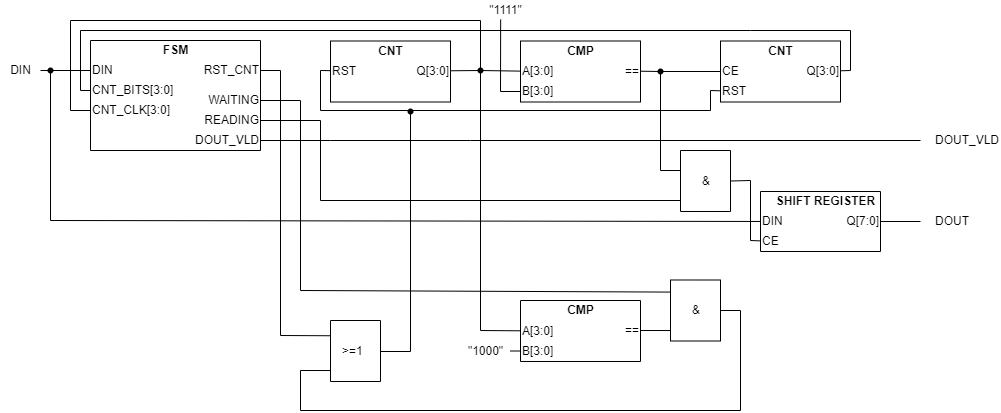
Above: zprava/schema.png in JosefKuchar/inc-project (draw.io), before the change. Source tidied: cells renumbered, new cells last; positions are measured from the earlier drawing's top-left corner, leaving out a move shared by most shapes. Source of this version:
```xml
<mxGraphModel>
  <root>
    <mxCell id="0" />
    <mxCell id="1" parent="0" />
    <mxCell id="2" style="swimlane;startSize=0;" parent="1" vertex="1">
      <mxGeometry x="90" y="40" width="170" height="110" as="geometry" />
    </mxCell>
    <mxCell id="3" value="FSM" style="text;html=1;align=center;verticalAlign=middle;strokeColor=none;fillColor=none;fontStyle=1;" parent="2" vertex="1">
      <mxGeometry x="65" width="40" height="20" as="geometry" />
    </mxCell>
    <mxCell id="4" value="DIN" style="text;html=1;align=left;verticalAlign=middle;points=[];strokeColor=none;fillColor=none;" parent="2" vertex="1">
      <mxGeometry y="20" width="40" height="20" as="geometry" />
    </mxCell>
    <mxCell id="5" value="CNT_BITS[3:0]" style="text;html=1;align=left;verticalAlign=middle;points=[];strokeColor=none;fillColor=none;" parent="2" vertex="1">
      <mxGeometry y="40" width="100" height="20" as="geometry" />
    </mxCell>
    <mxCell id="6" value="DOUT_VLD" style="text;html=1;align=right;verticalAlign=middle;points=[];strokeColor=none;fillColor=none;" parent="2" vertex="1">
      <mxGeometry x="90" y="90" width="80" height="20" as="geometry" />
    </mxCell>
    <mxCell id="7" value="RST_CNT" style="text;html=1;align=right;verticalAlign=middle;points=[];strokeColor=none;fillColor=none;" parent="2" vertex="1">
      <mxGeometry x="100" y="20" width="70" height="20" as="geometry" />
    </mxCell>
    <mxCell id="8" value="CNT_CLK[3:0]" style="text;html=1;align=left;verticalAlign=middle;points=[];strokeColor=none;fillColor=none;" parent="2" vertex="1">
      <mxGeometry y="60" width="90" height="20" as="geometry" />
    </mxCell>
    <mxCell id="9" value="READING" style="text;html=1;align=right;verticalAlign=middle;points=[];strokeColor=none;fillColor=none;" parent="2" vertex="1">
      <mxGeometry x="100" y="70" width="70" height="20" as="geometry" />
    </mxCell>
    <mxCell id="10" value="WAITING" style="text;html=1;align=right;verticalAlign=middle;points=[];strokeColor=none;fillColor=none;" parent="2" vertex="1">
      <mxGeometry x="100" y="50" width="70" height="20" as="geometry" />
    </mxCell>
    <mxCell id="11" style="endArrow=none;html=1;rounded=0;" parent="1" edge="1" source="17" target="4">
      <mxGeometry relative="1" as="geometry" />
    </mxCell>
    <mxCell id="12" style="swimlane;startSize=0;" parent="1" vertex="1">
      <mxGeometry x="760" y="191" width="120" height="60" as="geometry" />
    </mxCell>
    <mxCell id="13" value="DIN" style="text;html=1;align=left;verticalAlign=middle;points=[];strokeColor=none;fillColor=none;" parent="12" vertex="1">
      <mxGeometry y="20" width="40" height="20" as="geometry" />
    </mxCell>
    <mxCell id="14" value="CE" style="text;html=1;align=left;verticalAlign=middle;points=[];strokeColor=none;fillColor=none;" parent="12" vertex="1">
      <mxGeometry y="40" width="30" height="20" as="geometry" />
    </mxCell>
    <mxCell id="15" value="Q[7:0]" style="text;html=1;align=right;verticalAlign=middle;points=[];strokeColor=none;fillColor=none;" parent="12" vertex="1">
      <mxGeometry x="70" y="20" width="50" height="20" as="geometry" />
    </mxCell>
    <mxCell id="16" value="SHIFT REGISTER" style="text;html=1;align=center;verticalAlign=middle;strokeColor=none;fillColor=none;fontStyle=1;" parent="12" vertex="1">
      <mxGeometry x="10" width="110" height="20" as="geometry" />
    </mxCell>
    <mxCell id="17" value="DIN" style="text;html=1;align=center;verticalAlign=middle;points=[];strokeColor=none;fillColor=none;" parent="1" vertex="1">
      <mxGeometry y="60" width="40" height="20" as="geometry" />
    </mxCell>
    <mxCell id="18" style="swimlane;startSize=0;" parent="1" vertex="1">
      <mxGeometry x="330" y="40.5" width="120" height="61" as="geometry" />
    </mxCell>
    <mxCell id="19" value="CNT" style="text;html=1;align=center;verticalAlign=middle;strokeColor=none;fillColor=none;fontStyle=1;" parent="18" vertex="1">
      <mxGeometry x="40" width="40" height="20" as="geometry" />
    </mxCell>
    <mxCell id="20" value="RST" style="text;html=1;align=left;verticalAlign=middle;points=[];strokeColor=none;fillColor=none;" parent="18" vertex="1">
      <mxGeometry y="20" width="40" height="20" as="geometry" />
    </mxCell>
    <mxCell id="21" value="Q[3:0]" style="text;html=1;align=right;verticalAlign=middle;points=[];strokeColor=none;fillColor=none;" parent="18" vertex="1">
      <mxGeometry x="70" y="20" width="50" height="20" as="geometry" />
    </mxCell>
    <mxCell id="22" style="swimlane;startSize=0;" parent="1" vertex="1">
      <mxGeometry x="720" y="40.5" width="120" height="61" as="geometry" />
    </mxCell>
    <mxCell id="23" value="CNT" style="text;html=1;align=center;verticalAlign=middle;strokeColor=none;fillColor=none;fontStyle=1;" parent="22" vertex="1">
      <mxGeometry x="40" y="0.5" width="40" height="20" as="geometry" />
    </mxCell>
    <mxCell id="24" value="CE" style="text;html=1;align=left;verticalAlign=middle;points=[];strokeColor=none;fillColor=none;" parent="22" vertex="1">
      <mxGeometry y="20.5" width="30" height="20" as="geometry" />
    </mxCell>
    <mxCell id="25" value="RST" style="text;html=1;align=left;verticalAlign=middle;points=[];strokeColor=none;fillColor=none;" parent="22" vertex="1">
      <mxGeometry y="40.5" width="40" height="20" as="geometry" />
    </mxCell>
    <mxCell id="26" value="Q[3:0]" style="text;html=1;align=right;verticalAlign=middle;points=[];strokeColor=none;fillColor=none;" parent="22" vertex="1">
      <mxGeometry x="70" y="20.5" width="50" height="20" as="geometry" />
    </mxCell>
    <mxCell id="27" style="swimlane;startSize=0;" parent="1" vertex="1">
      <mxGeometry x="520" y="40.5" width="120" height="61" as="geometry" />
    </mxCell>
    <mxCell id="28" value="CMP" style="text;html=1;align=center;verticalAlign=middle;strokeColor=none;fillColor=none;fontStyle=1;" parent="27" vertex="1">
      <mxGeometry x="40" width="40" height="20" as="geometry" />
    </mxCell>
    <mxCell id="29" value="A[3:0]" style="text;html=1;align=left;verticalAlign=middle;points=[];strokeColor=none;fillColor=none;" parent="27" vertex="1">
      <mxGeometry y="20.5" width="50" height="20" as="geometry" />
    </mxCell>
    <mxCell id="30" value="B[3:0]" style="text;html=1;align=left;verticalAlign=middle;points=[];strokeColor=none;fillColor=none;" parent="27" vertex="1">
      <mxGeometry y="40.5" width="50" height="20" as="geometry" />
    </mxCell>
    <mxCell id="31" value="==" style="text;html=1;align=right;verticalAlign=middle;points=[];strokeColor=none;fillColor=none;" parent="27" vertex="1">
      <mxGeometry x="90" y="20" width="30" height="20" as="geometry" />
    </mxCell>
    <mxCell id="32" style="endArrow=none;html=1;rounded=0;startArrow=none;" parent="1" edge="1" source="47" target="29">
      <mxGeometry relative="1" as="geometry" />
    </mxCell>
    <mxCell id="33" style="endArrow=none;html=1;rounded=0;startArrow=none;" parent="1" edge="1" source="42" target="24">
      <mxGeometry relative="1" as="geometry" />
    </mxCell>
    <mxCell id="34" style="endArrow=none;html=1;rounded=0;" parent="1" edge="1" source="5" target="26">
      <mxGeometry relative="1" as="geometry">
        <Array as="points">
          <mxPoint x="80" y="90" />
          <mxPoint x="80" y="30" />
          <mxPoint x="750" y="30" />
          <mxPoint x="850" y="30" />
          <mxPoint x="850" y="70" />
        </Array>
      </mxGeometry>
    </mxCell>
    <mxCell id="35" value="DOUT_VLD" style="text;html=1;align=right;verticalAlign=middle;points=[];strokeColor=none;fillColor=none;" parent="1" vertex="1">
      <mxGeometry x="920" y="130" width="80" height="20" as="geometry" />
    </mxCell>
    <mxCell id="36" style="endArrow=none;html=1;rounded=0;" parent="1" edge="1" source="6" target="35">
      <mxGeometry relative="1" as="geometry">
        <Array as="points">
          <mxPoint x="330" y="140" />
          <mxPoint x="470" y="140" />
        </Array>
      </mxGeometry>
    </mxCell>
    <mxCell id="37" value="DOUT" style="text;html=1;align=right;verticalAlign=middle;points=[];strokeColor=none;fillColor=none;" parent="1" vertex="1">
      <mxGeometry x="920" y="211" width="50" height="20" as="geometry" />
    </mxCell>
    <mxCell id="38" style="endArrow=none;html=1;rounded=0;" parent="1" edge="1" source="15" target="37">
      <mxGeometry relative="1" as="geometry" />
    </mxCell>
    <mxCell id="39" style="endArrow=none;html=1;rounded=0;startArrow=none;" parent="1" edge="1" target="13">
      <mxGeometry relative="1" as="geometry">
        <mxPoint x="50" y="70" as="sourcePoint" />
        <Array as="points">
          <mxPoint x="50" y="220" />
        </Array>
      </mxGeometry>
    </mxCell>
    <mxCell id="40" style="shape=waypoint;sketch=0;fillStyle=solid;size=6;fillColor=none;perimeter=centerPerimeter;" parent="1" vertex="1">
      <mxGeometry x="30" y="50" width="40" height="40" as="geometry" />
    </mxCell>
    <mxCell id="41" style="endArrow=none;html=1;rounded=0;exitX=0;exitY=0.328;exitDx=0;exitDy=0;exitPerimeter=0;" parent="1" edge="1" source="69">
      <mxGeometry relative="1" as="geometry">
        <mxPoint x="660" y="70.5" as="targetPoint" />
        <Array as="points">
          <mxPoint x="660" y="170" />
        </Array>
      </mxGeometry>
    </mxCell>
    <mxCell id="42" style="shape=waypoint;sketch=0;fillStyle=solid;size=6;points=[];fillColor=none;perimeter=centerPerimeter;snapToPoint=1;" parent="1" vertex="1">
      <mxGeometry x="640" y="51" width="40" height="40" as="geometry" />
    </mxCell>
    <mxCell id="43" style="endArrow=none;html=1;rounded=0;" parent="1" edge="1" source="31" target="42">
      <mxGeometry relative="1" as="geometry" />
    </mxCell>
    <mxCell id="44" value="&quot;1111&quot;" style="text;html=1;align=center;verticalAlign=middle;points=[];strokeColor=none;fillColor=none;" parent="1" vertex="1">
      <mxGeometry x="480" width="50" height="20" as="geometry" />
    </mxCell>
    <mxCell id="45" style="endArrow=none;html=1;rounded=0;exitX=0.403;exitY=0.95;exitDx=0;exitDy=0;exitPerimeter=0;" parent="1" edge="1" source="44" target="30">
      <mxGeometry relative="1" as="geometry">
        <Array as="points">
          <mxPoint x="500" y="91" />
        </Array>
      </mxGeometry>
    </mxCell>
    <mxCell id="46" style="endArrow=none;html=1;rounded=0;" parent="1" edge="1" target="8">
      <mxGeometry relative="1" as="geometry">
        <mxPoint x="480" y="70" as="sourcePoint" />
        <Array as="points">
          <mxPoint x="480" y="20" />
          <mxPoint x="70" y="20" />
          <mxPoint x="70" y="110" />
        </Array>
      </mxGeometry>
    </mxCell>
    <mxCell id="47" style="shape=waypoint;sketch=0;fillStyle=solid;size=6;points=[];fillColor=none;perimeter=centerPerimeter;snapToPoint=1;" parent="1" vertex="1">
      <mxGeometry x="460" y="50" width="40" height="40" as="geometry" />
    </mxCell>
    <mxCell id="48" style="endArrow=none;html=1;rounded=0;" parent="1" edge="1" source="21" target="47">
      <mxGeometry relative="1" as="geometry" />
    </mxCell>
    <mxCell id="49" style="endArrow=none;html=1;rounded=0;startArrow=none;" parent="1" edge="1" target="20">
      <mxGeometry relative="1" as="geometry">
        <mxPoint x="320" y="70" as="sourcePoint" />
      </mxGeometry>
    </mxCell>
    <mxCell id="50" style="endArrow=none;html=1;rounded=0;" parent="1" edge="1" source="25">
      <mxGeometry relative="1" as="geometry">
        <mxPoint x="320" y="70" as="targetPoint" />
        <Array as="points">
          <mxPoint x="710" y="90" />
          <mxPoint x="710" y="110" />
          <mxPoint x="320" y="110" />
        </Array>
      </mxGeometry>
    </mxCell>
    <mxCell id="51" style="swimlane;startSize=0;" parent="1" vertex="1">
      <mxGeometry x="520" y="300" width="120" height="61" as="geometry" />
    </mxCell>
    <mxCell id="52" value="CMP" style="text;html=1;align=center;verticalAlign=middle;strokeColor=none;fillColor=none;fontStyle=1;" parent="51" vertex="1">
      <mxGeometry x="40" width="40" height="20" as="geometry" />
    </mxCell>
    <mxCell id="53" value="A[3:0]" style="text;html=1;align=left;verticalAlign=middle;points=[];strokeColor=none;fillColor=none;" parent="51" vertex="1">
      <mxGeometry y="20.5" width="50" height="20" as="geometry" />
    </mxCell>
    <mxCell id="54" value="B[3:0]" style="text;html=1;align=left;verticalAlign=middle;points=[];strokeColor=none;fillColor=none;" parent="51" vertex="1">
      <mxGeometry y="40.5" width="50" height="20" as="geometry" />
    </mxCell>
    <mxCell id="55" value="==" style="text;html=1;align=right;verticalAlign=middle;points=[];strokeColor=none;fillColor=none;" parent="51" vertex="1">
      <mxGeometry x="90" y="20" width="30" height="20" as="geometry" />
    </mxCell>
    <mxCell id="56" value="&quot;1000&quot;" style="text;html=1;align=center;verticalAlign=middle;points=[];strokeColor=none;fillColor=none;" parent="1" vertex="1">
      <mxGeometry x="460" y="340.5" width="50" height="20" as="geometry" />
    </mxCell>
    <mxCell id="57" style="endArrow=none;html=1;rounded=0;" parent="1" edge="1" source="56" target="54">
      <mxGeometry relative="1" as="geometry" />
    </mxCell>
    <mxCell id="58" style="endArrow=none;html=1;rounded=0;entryX=0.604;entryY=0.511;entryDx=0;entryDy=0;entryPerimeter=0;" parent="1" edge="1" source="53" target="47">
      <mxGeometry relative="1" as="geometry">
        <Array as="points">
          <mxPoint x="480" y="330" />
        </Array>
      </mxGeometry>
    </mxCell>
    <mxCell id="59" style="swimlane;startSize=0;" parent="1" vertex="1">
      <mxGeometry x="670" y="279.5" width="50" height="61" as="geometry" />
    </mxCell>
    <mxCell id="60" value="&amp;amp;" style="text;html=1;align=left;verticalAlign=middle;strokeColor=none;fillColor=none;" parent="59" vertex="1">
      <mxGeometry x="20" y="20.5" width="20" height="20" as="geometry" />
    </mxCell>
    <mxCell id="61" style="endArrow=none;html=1;rounded=0;entryX=0;entryY=0.828;entryDx=0;entryDy=0;entryPerimeter=0;" parent="1" edge="1" source="55" target="59">
      <mxGeometry relative="1" as="geometry" />
    </mxCell>
    <mxCell id="62" style="endArrow=none;html=1;rounded=0;exitX=0.009;exitY=0.198;exitDx=0;exitDy=0;exitPerimeter=0;" parent="1" edge="1" source="59" target="10">
      <mxGeometry relative="1" as="geometry">
        <Array as="points">
          <mxPoint x="300" y="290" />
          <mxPoint x="300" y="100" />
        </Array>
      </mxGeometry>
    </mxCell>
    <mxCell id="63" style="swimlane;startSize=0;" parent="1" vertex="1">
      <mxGeometry x="330" y="320" width="50" height="61" as="geometry" />
    </mxCell>
    <mxCell id="64" value="&amp;gt;=1" style="text;html=1;align=left;verticalAlign=middle;points=[];strokeColor=none;fillColor=none;" parent="63" vertex="1">
      <mxGeometry x="10" y="21" width="40" height="20" as="geometry" />
    </mxCell>
    <mxCell id="65" style="endArrow=none;html=1;rounded=0;exitX=0;exitY=0.25;exitDx=0;exitDy=0;" parent="1" edge="1" source="63" target="7">
      <mxGeometry relative="1" as="geometry">
        <Array as="points">
          <mxPoint x="280" y="335" />
          <mxPoint x="280" y="70" />
        </Array>
      </mxGeometry>
    </mxCell>
    <mxCell id="66" style="endArrow=none;html=1;rounded=0;entryX=1;entryY=0.5;entryDx=0;entryDy=0;exitX=0;exitY=0.82;exitDx=0;exitDy=0;exitPerimeter=0;" parent="1" edge="1" source="63" target="59">
      <mxGeometry relative="1" as="geometry">
        <Array as="points">
          <mxPoint x="300" y="370" />
          <mxPoint x="300" y="410" />
          <mxPoint x="740" y="410" />
          <mxPoint x="740" y="310" />
        </Array>
      </mxGeometry>
    </mxCell>
    <mxCell id="67" style="endArrow=none;html=1;rounded=0;" parent="1" edge="1" source="64">
      <mxGeometry relative="1" as="geometry">
        <mxPoint x="410" y="110" as="targetPoint" />
        <Array as="points">
          <mxPoint x="410" y="351" />
        </Array>
      </mxGeometry>
    </mxCell>
    <mxCell id="68" style="shape=waypoint;sketch=0;fillStyle=solid;size=6;fillColor=none;perimeter=centerPerimeter;" parent="1" vertex="1">
      <mxGeometry x="390" y="91" width="40" height="40" as="geometry" />
    </mxCell>
    <mxCell id="69" style="swimlane;startSize=0;" parent="1" vertex="1">
      <mxGeometry x="680" y="150" width="50" height="61" as="geometry" />
    </mxCell>
    <mxCell id="70" value="&amp;amp;" style="text;html=1;align=left;verticalAlign=middle;strokeColor=none;fillColor=none;" parent="69" vertex="1">
      <mxGeometry x="20" y="20.5" width="20" height="20" as="geometry" />
    </mxCell>
    <mxCell id="71" style="endArrow=none;html=1;rounded=0;entryX=1;entryY=0.5;entryDx=0;entryDy=0;" parent="1" edge="1" source="14" target="69">
      <mxGeometry relative="1" as="geometry">
        <Array as="points">
          <mxPoint x="750" y="240" />
          <mxPoint x="750" y="180" />
        </Array>
      </mxGeometry>
    </mxCell>
    <mxCell id="72" style="endArrow=none;html=1;rounded=0;startArrow=none;" parent="1" edge="1">
      <mxGeometry relative="1" as="geometry">
        <mxPoint x="320" y="200" as="sourcePoint" />
        <mxPoint x="680" y="200" as="targetPoint" />
      </mxGeometry>
    </mxCell>
    <mxCell id="73" style="endArrow=none;html=1;rounded=0;" parent="1" edge="1" source="9">
      <mxGeometry relative="1" as="geometry">
        <mxPoint x="320" y="200" as="targetPoint" />
        <Array as="points">
          <mxPoint x="320" y="120" />
        </Array>
      </mxGeometry>
    </mxCell>
  </root>
</mxGraphModel>
```
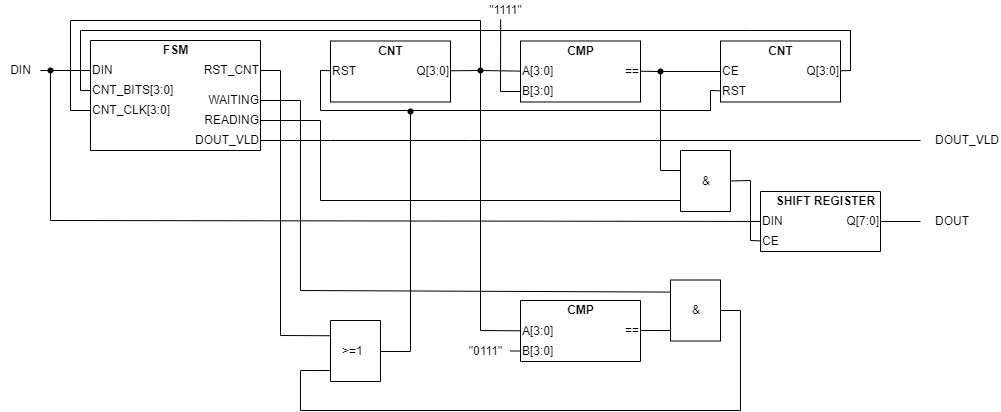
After the change.

The edit, as a diff of the source:
```diff
@@ -207,7 +207,7 @@
     <mxCell id="55" value="==" style="text;html=1;align=right;verticalAlign=middle;points=[];strokeColor=none;fillColor=none;" parent="51" vertex="1">
       <mxGeometry x="90" y="20" width="30" height="20" as="geometry" />
     </mxCell>
-    <mxCell id="56" value="&quot;1000&quot;" style="text;html=1;align=center;verticalAlign=middle;points=[];strokeColor=none;fillColor=none;" parent="1" vertex="1">
+    <mxCell id="56" value="&quot;0111&quot;" style="text;html=1;align=center;verticalAlign=middle;points=[];strokeColor=none;fillColor=none;" parent="1" vertex="1">
       <mxGeometry x="460" y="340.5" width="50" height="20" as="geometry" />
     </mxCell>
     <mxCell id="57" style="endArrow=none;html=1;rounded=0;" parent="1" edge="1" source="56" target="54">
```
